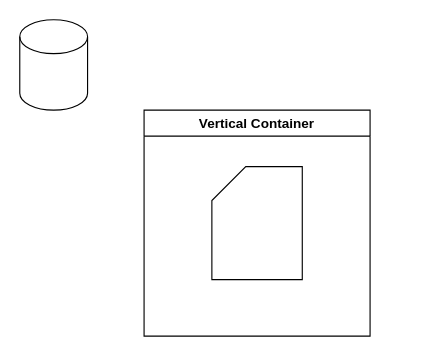
This is Diagrama sem nome.drawio from jonasspezia/01, a draw.io file, before an edit. Source tidied: cells renumbered, new cells numbered last; positions are measured from the earlier drawing's top-left corner, leaving out a move shared by most shapes. Both pictures are drawn from the tidied source at 113%, with x=0, y=0 at pixel (19, 19).
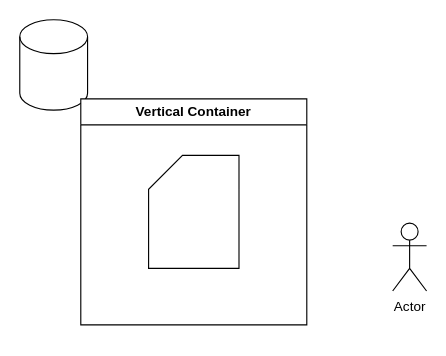
The same page after the edit.

The edit, as a diff of the source:
```diff
@@
 <mxGraphModel>
   <root>
     <mxCell id="0" />
     <mxCell id="1" parent="0" />
     <mxCell id="2" style="shape=cylinder3;whiteSpace=wrap;html=1;boundedLbl=1;backgroundOutline=1;size=15;" parent="1" vertex="1">
       <mxGeometry width="60" height="80" as="geometry" />
     </mxCell>
+    <mxCell id="4" value="Vertical Container" style="swimlane;whiteSpace=wrap;html=1;" parent="1" vertex="1">
+      <mxGeometry x="54" y="70" width="200" height="200" as="geometry" />
+    </mxCell>
-    <mxCell id="3" style="shape=card;whiteSpace=wrap;html=1;" parent="1" vertex="1">
-      <mxGeometry x="170" y="130" width="80" height="100" as="geometry" />
+    <mxCell id="3" style="shape=card;whiteSpace=wrap;html=1;" parent="4" vertex="1">
+      <mxGeometry x="60" y="50" width="80" height="100" as="geometry" />
     </mxCell>
-    <mxCell id="4" value="Vertical Container" style="swimlane;whiteSpace=wrap;html=1;" parent="1" vertex="1">
-      <mxGeometry x="110" y="80" width="200" height="200" as="geometry" />
-    </mxCell>
+    <mxCell id="5" value="Actor" style="shape=umlActor;verticalLabelPosition=bottom;verticalAlign=top;html=1;" parent="1" vertex="1">
+      <mxGeometry x="330" y="180" width="30" height="60" as="geometry" />
+    </mxCell>
   </root>
 </mxGraphModel>
```
